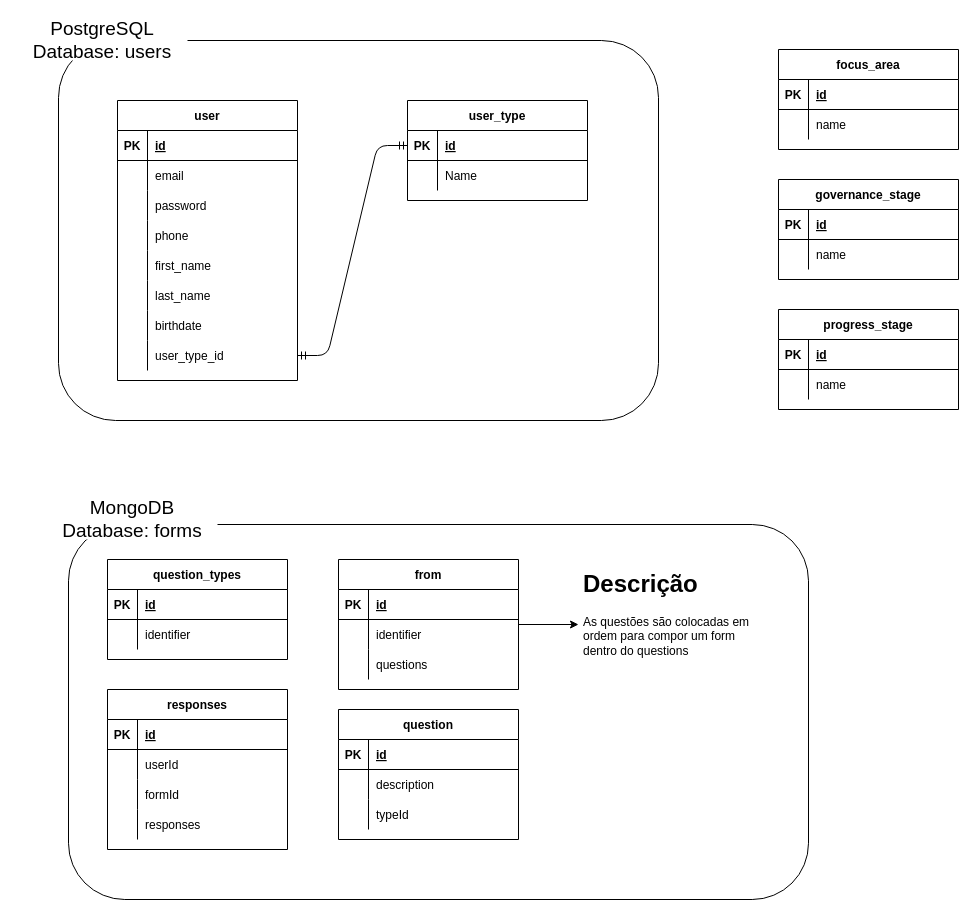
Above: documentation/database.drawio in muriloarelhano/go-devrel-backend (draw.io), before the change. Source tidied: cells renumbered, new cells numbered last; positions are measured from the earlier drawing's top-left corner, leaving out a move shared by most shapes. Both pictures are drawn from the tidied source at 100%, with x=0, y=0 at pixel (17, 20).
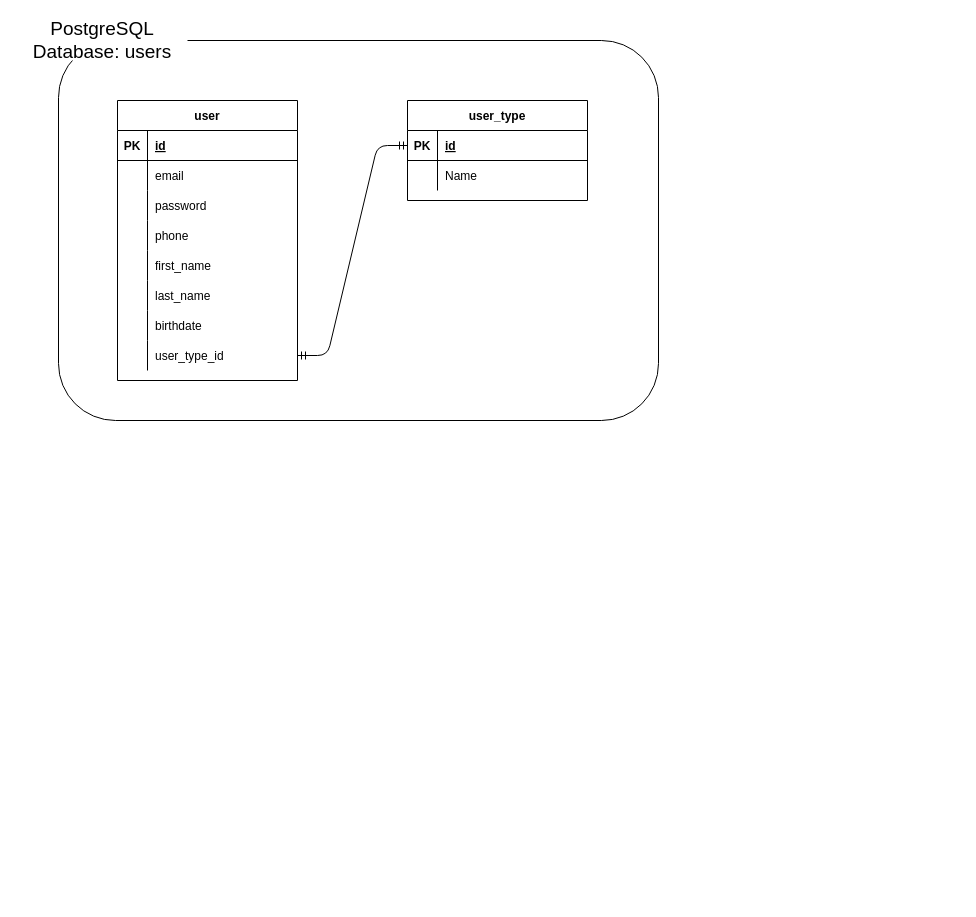
After the change.

What changed in the source:
```diff
@@
-    <mxCell id="28" value="focus_area" style="shape=table;startSize=30;childLayout=tableLayout;rowLines=0;fontStyle=1;align=center;" parent="1" vertex="1">
-      <mxGeometry x="761" y="29" width="180" height="100" as="geometry" />
-    </mxCell>
-    <mxCell id="29" style="shape=partialRectangle;fillColor=none;top=0;left=0;bottom=1;right=0;" parent="28" vertex="1">
-      <mxGeometry y="30" width="180" height="30" as="geometry" />
-    </mxCell>
-    <mxCell id="30" value="PK" style="shape=partialRectangle;fillColor=none;top=0;left=0;bottom=0;right=0;fontStyle=1;overflow=hidden;" parent="29" vertex="1">
-      <mxGeometry width="30" height="30" as="geometry" />
-    </mxCell>
-    <mxCell id="31" value="id" style="shape=partialRectangle;fillColor=none;top=0;left=0;bottom=0;right=0;align=left;spacingLeft=6;fontStyle=5;overflow=hidden;" parent="29" vertex="1">
-      <mxGeometry x="30" width="150" height="30" as="geometry" />
-    </mxCell>
-    <mxCell id="32" style="shape=partialRectangle;fillColor=none;top=0;left=0;bottom=0;right=0;" parent="28" vertex="1">
-      <mxGeometry y="60" width="180" height="30" as="geometry" />
-    </mxCell>
-    <mxCell id="33" style="shape=partialRectangle;fillColor=none;top=0;left=0;bottom=0;right=0;overflow=hidden;" parent="32" vertex="1">
-      <mxGeometry width="30" height="30" as="geometry" />
-    </mxCell>
-    <mxCell id="34" value="name" style="shape=partialRectangle;fillColor=none;top=0;left=0;bottom=0;right=0;align=left;spacingLeft=6;overflow=hidden;" parent="32" vertex="1">
-      <mxGeometry x="30" width="150" height="30" as="geometry" />
-    </mxCell>
@@
-    <mxCell id="44" value="progress_stage" style="shape=table;startSize=30;childLayout=tableLayout;rowLines=0;fontStyle=1;align=center;" parent="1" vertex="1">
-      <mxGeometry x="761" y="289" width="180" height="100" as="geometry" />
-    </mxCell>
-    <mxCell id="45" style="shape=partialRectangle;fillColor=none;top=0;left=0;bottom=1;right=0;" parent="44" vertex="1">
-      <mxGeometry y="30" width="180" height="30" as="geometry" />
-    </mxCell>
-    <mxCell id="46" value="PK" style="shape=partialRectangle;fillColor=none;top=0;left=0;bottom=0;right=0;fontStyle=1;overflow=hidden;" parent="45" vertex="1">
-      <mxGeometry width="30" height="30" as="geometry" />
-    </mxCell>
-    <mxCell id="47" value="id" style="shape=partialRectangle;fillColor=none;top=0;left=0;bottom=0;right=0;align=left;spacingLeft=6;fontStyle=5;overflow=hidden;" parent="45" vertex="1">
-      <mxGeometry x="30" width="150" height="30" as="geometry" />
-    </mxCell>
-    <mxCell id="48" style="shape=partialRectangle;fillColor=none;top=0;left=0;bottom=0;right=0;" parent="44" vertex="1">
-      <mxGeometry y="60" width="180" height="30" as="geometry" />
-    </mxCell>
-    <mxCell id="49" style="shape=partialRectangle;fillColor=none;top=0;left=0;bottom=0;right=0;overflow=hidden;" parent="48" vertex="1">
-      <mxGeometry width="30" height="30" as="geometry" />
-    </mxCell>
-    <mxCell id="50" value="name" style="shape=partialRectangle;fillColor=none;top=0;left=0;bottom=0;right=0;align=left;spacingLeft=6;overflow=hidden;" parent="48" vertex="1">
-      <mxGeometry x="30" width="150" height="30" as="geometry" />
-    </mxCell>
-    <mxCell id="51" value="governance_stage" style="shape=table;startSize=30;childLayout=tableLayout;rowLines=0;fontStyle=1;align=center;" parent="1" vertex="1">
-      <mxGeometry x="761" y="159" width="180" height="100" as="geometry" />
-    </mxCell>
-    <mxCell id="52" style="shape=partialRectangle;fillColor=none;top=0;left=0;bottom=1;right=0;" parent="51" vertex="1">
-      <mxGeometry y="30" width="180" height="30" as="geometry" />
-    </mxCell>
-    <mxCell id="53" value="PK" style="shape=partialRectangle;fillColor=none;top=0;left=0;bottom=0;right=0;fontStyle=1;overflow=hidden;" parent="52" vertex="1">
-      <mxGeometry width="30" height="30" as="geometry" />
-    </mxCell>
-    <mxCell id="54" value="id" style="shape=partialRectangle;fillColor=none;top=0;left=0;bottom=0;right=0;align=left;spacingLeft=6;fontStyle=5;overflow=hidden;" parent="52" vertex="1">
-      <mxGeometry x="30" width="150" height="30" as="geometry" />
-    </mxCell>
-    <mxCell id="55" style="shape=partialRectangle;fillColor=none;top=0;left=0;bottom=0;right=0;" parent="51" vertex="1">
-      <mxGeometry y="60" width="180" height="30" as="geometry" />
-    </mxCell>
-    <mxCell id="56" style="shape=partialRectangle;fillColor=none;top=0;left=0;bottom=0;right=0;overflow=hidden;" parent="55" vertex="1">
-      <mxGeometry width="30" height="30" as="geometry" />
-    </mxCell>
-    <mxCell id="57" value="name" style="shape=partialRectangle;fillColor=none;top=0;left=0;bottom=0;right=0;align=left;spacingLeft=6;overflow=hidden;" parent="55" vertex="1">
-      <mxGeometry x="30" width="150" height="30" as="geometry" />
-    </mxCell>
-    <mxCell id="58" style="rounded=1;whiteSpace=wrap;html=1;fillColor=none;" parent="1" vertex="1">
-      <mxGeometry x="51" y="504" width="740" height="375" as="geometry" />
-    </mxCell>
-    <mxCell id="59" value="MongoDB&lt;br&gt;Database: forms" style="text;html=1;align=center;verticalAlign=middle;whiteSpace=wrap;rounded=1;strokeWidth=1;fontSize=19;fillColor=default;perimeterSpacing=1;gradientColor=none;" parent="1" vertex="1">
-      <mxGeometry x="30" y="479" width="170" height="40" as="geometry" />
-    </mxCell>
-    <mxCell id="60" value="question" style="shape=table;startSize=30;childLayout=tableLayout;rowLines=0;fontStyle=1;align=center;" parent="1" vertex="1">
-      <mxGeometry x="321" y="689" width="180" height="130" as="geometry" />
-    </mxCell>
-    <mxCell id="61" style="shape=partialRectangle;fillColor=none;top=0;left=0;bottom=1;right=0;" parent="60" vertex="1">
-      <mxGeometry y="30" width="180" height="30" as="geometry" />
-    </mxCell>
-    <mxCell id="62" value="PK" style="shape=partialRectangle;fillColor=none;top=0;left=0;bottom=0;right=0;fontStyle=1;overflow=hidden;" parent="61" vertex="1">
-      <mxGeometry width="30" height="30" as="geometry" />
-    </mxCell>
-    <mxCell id="63" value="id" style="shape=partialRectangle;fillColor=none;top=0;left=0;bottom=0;right=0;align=left;spacingLeft=6;fontStyle=5;overflow=hidden;" parent="61" vertex="1">
-      <mxGeometry x="30" width="150" height="30" as="geometry" />
-    </mxCell>
-    <mxCell id="64" style="shape=partialRectangle;fillColor=none;top=0;left=0;bottom=0;right=0;" parent="60" vertex="1">
-      <mxGeometry y="60" width="180" height="30" as="geometry" />
-    </mxCell>
-    <mxCell id="65" style="shape=partialRectangle;fillColor=none;top=0;left=0;bottom=0;right=0;overflow=hidden;" parent="64" vertex="1">
-      <mxGeometry width="30" height="30" as="geometry" />
-    </mxCell>
-    <mxCell id="66" value="description" style="shape=partialRectangle;fillColor=none;top=0;left=0;bottom=0;right=0;align=left;spacingLeft=6;overflow=hidden;" parent="64" vertex="1">
-      <mxGeometry x="30" width="150" height="30" as="geometry" />
-    </mxCell>
-    <mxCell id="67" style="shape=partialRectangle;fillColor=none;top=0;left=0;bottom=0;right=0;" parent="60" vertex="1">
-      <mxGeometry y="90" width="180" height="30" as="geometry" />
-    </mxCell>
-    <mxCell id="68" style="shape=partialRectangle;fillColor=none;top=0;left=0;bottom=0;right=0;overflow=hidden;" parent="67" vertex="1">
-      <mxGeometry width="30" height="30" as="geometry" />
-    </mxCell>
-    <mxCell id="69" value="typeId" style="shape=partialRectangle;fillColor=none;top=0;left=0;bottom=0;right=0;align=left;spacingLeft=6;overflow=hidden;" parent="67" vertex="1">
-      <mxGeometry x="30" width="150" height="30" as="geometry" />
-    </mxCell>
-    <mxCell id="70" style="edgeStyle=none;html=1;entryX=0;entryY=0.5;entryDx=0;entryDy=0;" parent="1" edge="1" source="71" target="81">
-      <mxGeometry relative="1" as="geometry" />
-    </mxCell>
-    <mxCell id="71" value="from" style="shape=table;startSize=30;childLayout=tableLayout;rowLines=0;fontStyle=1;align=center;" parent="1" vertex="1">
-      <mxGeometry x="321" y="539" width="180" height="130" as="geometry" />
-    </mxCell>
-    <mxCell id="72" style="shape=partialRectangle;fillColor=none;top=0;left=0;bottom=1;right=0;" parent="71" vertex="1">
-      <mxGeometry y="30" width="180" height="30" as="geometry" />
-    </mxCell>
-    <mxCell id="73" value="PK" style="shape=partialRectangle;fillColor=none;top=0;left=0;bottom=0;right=0;fontStyle=1;overflow=hidden;" parent="72" vertex="1">
-      <mxGeometry width="30" height="30" as="geometry" />
-    </mxCell>
-    <mxCell id="74" value="id" style="shape=partialRectangle;fillColor=none;top=0;left=0;bottom=0;right=0;align=left;spacingLeft=6;fontStyle=5;overflow=hidden;" parent="72" vertex="1">
-      <mxGeometry x="30" width="150" height="30" as="geometry" />
-    </mxCell>
-    <mxCell id="75" style="shape=partialRectangle;fillColor=none;top=0;left=0;bottom=0;right=0;" parent="71" vertex="1">
-      <mxGeometry y="60" width="180" height="30" as="geometry" />
-    </mxCell>
-    <mxCell id="76" style="shape=partialRectangle;fillColor=none;top=0;left=0;bottom=0;right=0;overflow=hidden;" parent="75" vertex="1">
-      <mxGeometry width="30" height="30" as="geometry" />
-    </mxCell>
-    <mxCell id="77" value="identifier" style="shape=partialRectangle;fillColor=none;top=0;left=0;bottom=0;right=0;align=left;spacingLeft=6;overflow=hidden;" parent="75" vertex="1">
-      <mxGeometry x="30" width="150" height="30" as="geometry" />
-    </mxCell>
-    <mxCell id="78" style="shape=partialRectangle;fillColor=none;top=0;left=0;bottom=0;right=0;" parent="71" vertex="1">
-      <mxGeometry y="90" width="180" height="30" as="geometry" />
-    </mxCell>
-    <mxCell id="79" style="shape=partialRectangle;fillColor=none;top=0;left=0;bottom=0;right=0;overflow=hidden;" parent="78" vertex="1">
-      <mxGeometry width="30" height="30" as="geometry" />
-    </mxCell>
-    <mxCell id="80" value="questions" style="shape=partialRectangle;fillColor=none;top=0;left=0;bottom=0;right=0;align=left;spacingLeft=6;overflow=hidden;" parent="78" vertex="1">
-      <mxGeometry x="30" width="150" height="30" as="geometry" />
-    </mxCell>
-    <mxCell id="81" value="&lt;h1&gt;Descrição&lt;/h1&gt;&lt;div&gt;As questões são colocadas em ordem para compor um form dentro do questions&lt;/div&gt;" style="text;html=1;strokeColor=none;fillColor=none;spacing=5;spacingTop=-20;whiteSpace=wrap;overflow=hidden;rounded=0;" parent="1" vertex="1">
-      <mxGeometry x="561" y="544" width="190" height="120" as="geometry" />
-    </mxCell>
-    <mxCell id="82" value="responses" style="shape=table;startSize=30;childLayout=tableLayout;rowLines=0;fontStyle=1;align=center;" parent="1" vertex="1">
-      <mxGeometry x="90" y="669" width="180" height="160" as="geometry" />
-    </mxCell>
-    <mxCell id="83" style="shape=partialRectangle;fillColor=none;top=0;left=0;bottom=1;right=0;" parent="82" vertex="1">
-      <mxGeometry y="30" width="180" height="30" as="geometry" />
-    </mxCell>
-    <mxCell id="84" value="PK" style="shape=partialRectangle;fillColor=none;top=0;left=0;bottom=0;right=0;fontStyle=1;overflow=hidden;" parent="83" vertex="1">
-      <mxGeometry width="30" height="30" as="geometry" />
-    </mxCell>
-    <mxCell id="85" value="id" style="shape=partialRectangle;fillColor=none;top=0;left=0;bottom=0;right=0;align=left;spacingLeft=6;fontStyle=5;overflow=hidden;" parent="83" vertex="1">
-      <mxGeometry x="30" width="150" height="30" as="geometry" />
-    </mxCell>
-    <mxCell id="86" style="shape=partialRectangle;fillColor=none;top=0;left=0;bottom=0;right=0;" parent="82" vertex="1">
-      <mxGeometry y="60" width="180" height="30" as="geometry" />
-    </mxCell>
-    <mxCell id="87" style="shape=partialRectangle;fillColor=none;top=0;left=0;bottom=0;right=0;overflow=hidden;" parent="86" vertex="1">
-      <mxGeometry width="30" height="30" as="geometry" />
-    </mxCell>
-    <mxCell id="88" value="userId" style="shape=partialRectangle;fillColor=none;top=0;left=0;bottom=0;right=0;align=left;spacingLeft=6;overflow=hidden;" parent="86" vertex="1">
-      <mxGeometry x="30" width="150" height="30" as="geometry" />
-    </mxCell>
-    <mxCell id="89" style="shape=partialRectangle;fillColor=none;top=0;left=0;bottom=0;right=0;" parent="82" vertex="1">
-      <mxGeometry y="90" width="180" height="30" as="geometry" />
-    </mxCell>
-    <mxCell id="90" style="shape=partialRectangle;fillColor=none;top=0;left=0;bottom=0;right=0;overflow=hidden;" parent="89" vertex="1">
-      <mxGeometry width="30" height="30" as="geometry" />
-    </mxCell>
-    <mxCell id="91" value="formId" style="shape=partialRectangle;fillColor=none;top=0;left=0;bottom=0;right=0;align=left;spacingLeft=6;overflow=hidden;" parent="89" vertex="1">
-      <mxGeometry x="30" width="150" height="30" as="geometry" />
-    </mxCell>
-    <mxCell id="92" style="shape=partialRectangle;fillColor=none;top=0;left=0;bottom=0;right=0;" parent="82" vertex="1">
-      <mxGeometry y="120" width="180" height="30" as="geometry" />
-    </mxCell>
-    <mxCell id="93" style="shape=partialRectangle;fillColor=none;top=0;left=0;bottom=0;right=0;overflow=hidden;" parent="92" vertex="1">
-      <mxGeometry width="30" height="30" as="geometry" />
-    </mxCell>
-    <mxCell id="94" value="responses" style="shape=partialRectangle;fillColor=none;top=0;left=0;bottom=0;right=0;align=left;spacingLeft=6;overflow=hidden;" parent="92" vertex="1">
-      <mxGeometry x="30" width="150" height="30" as="geometry" />
-    </mxCell>
-    <mxCell id="95" value="question_types" style="shape=table;startSize=30;childLayout=tableLayout;rowLines=0;fontStyle=1;align=center;" parent="1" vertex="1">
-      <mxGeometry x="90" y="539" width="180" height="100" as="geometry" />
-    </mxCell>
-    <mxCell id="96" style="shape=partialRectangle;fillColor=none;top=0;left=0;bottom=1;right=0;" parent="95" vertex="1">
-      <mxGeometry y="30" width="180" height="30" as="geometry" />
-    </mxCell>
-    <mxCell id="97" value="PK" style="shape=partialRectangle;fillColor=none;top=0;left=0;bottom=0;right=0;fontStyle=1;overflow=hidden;" parent="96" vertex="1">
-      <mxGeometry width="30" height="30" as="geometry" />
-    </mxCell>
-    <mxCell id="98" value="id" style="shape=partialRectangle;fillColor=none;top=0;left=0;bottom=0;right=0;align=left;spacingLeft=6;fontStyle=5;overflow=hidden;" parent="96" vertex="1">
-      <mxGeometry x="30" width="150" height="30" as="geometry" />
-    </mxCell>
-    <mxCell id="99" style="shape=partialRectangle;fillColor=none;top=0;left=0;bottom=0;right=0;" parent="95" vertex="1">
-      <mxGeometry y="60" width="180" height="30" as="geometry" />
-    </mxCell>
-    <mxCell id="100" style="shape=partialRectangle;fillColor=none;top=0;left=0;bottom=0;right=0;overflow=hidden;" parent="99" vertex="1">
-      <mxGeometry width="30" height="30" as="geometry" />
-    </mxCell>
-    <mxCell id="101" value="identifier" style="shape=partialRectangle;fillColor=none;top=0;left=0;bottom=0;right=0;align=left;spacingLeft=6;overflow=hidden;" parent="99" vertex="1">
-      <mxGeometry x="30" width="150" height="30" as="geometry" />
-    </mxCell>
```
